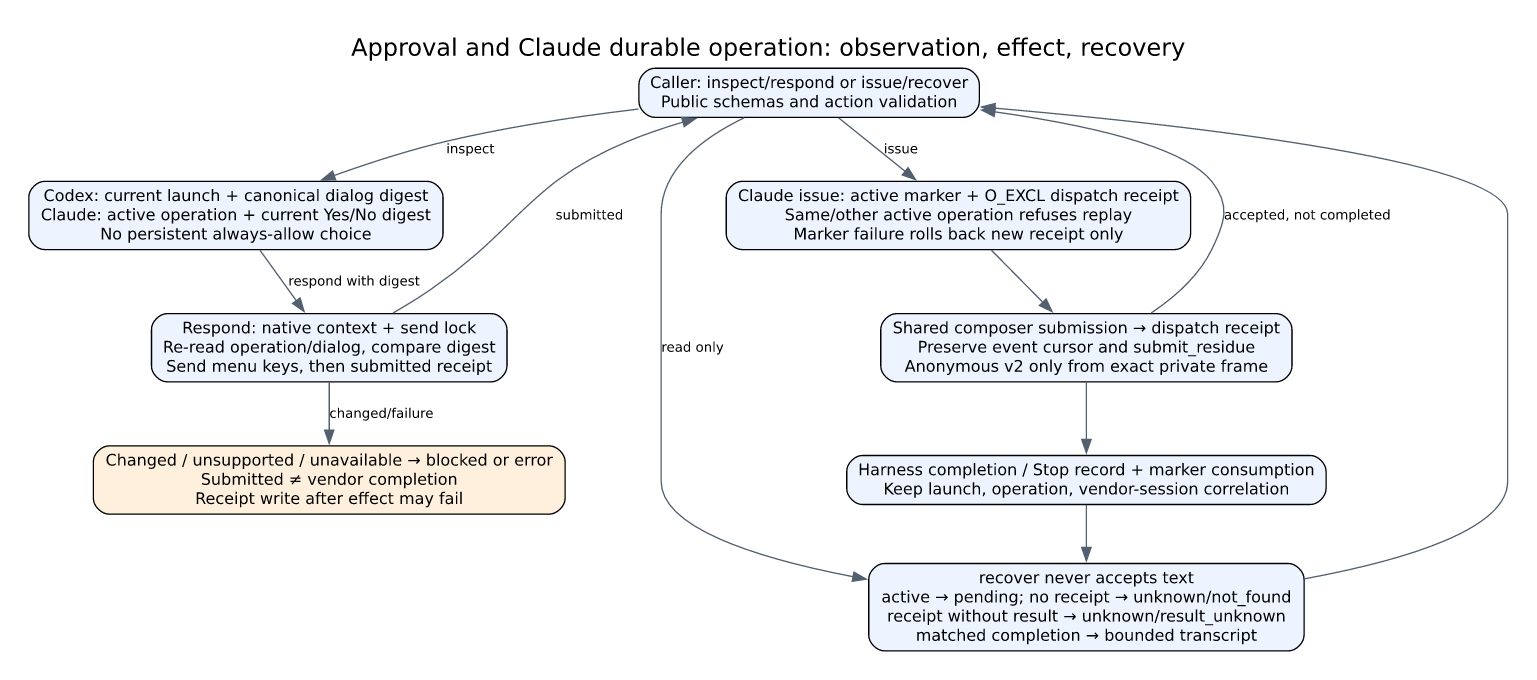
Before: docs/architecture/approval-operation.png, a diagram exported from Graphviz (kitepon/aiterm-mcp). Its source is kept beside it as docs/architecture/approval-operation.dot.
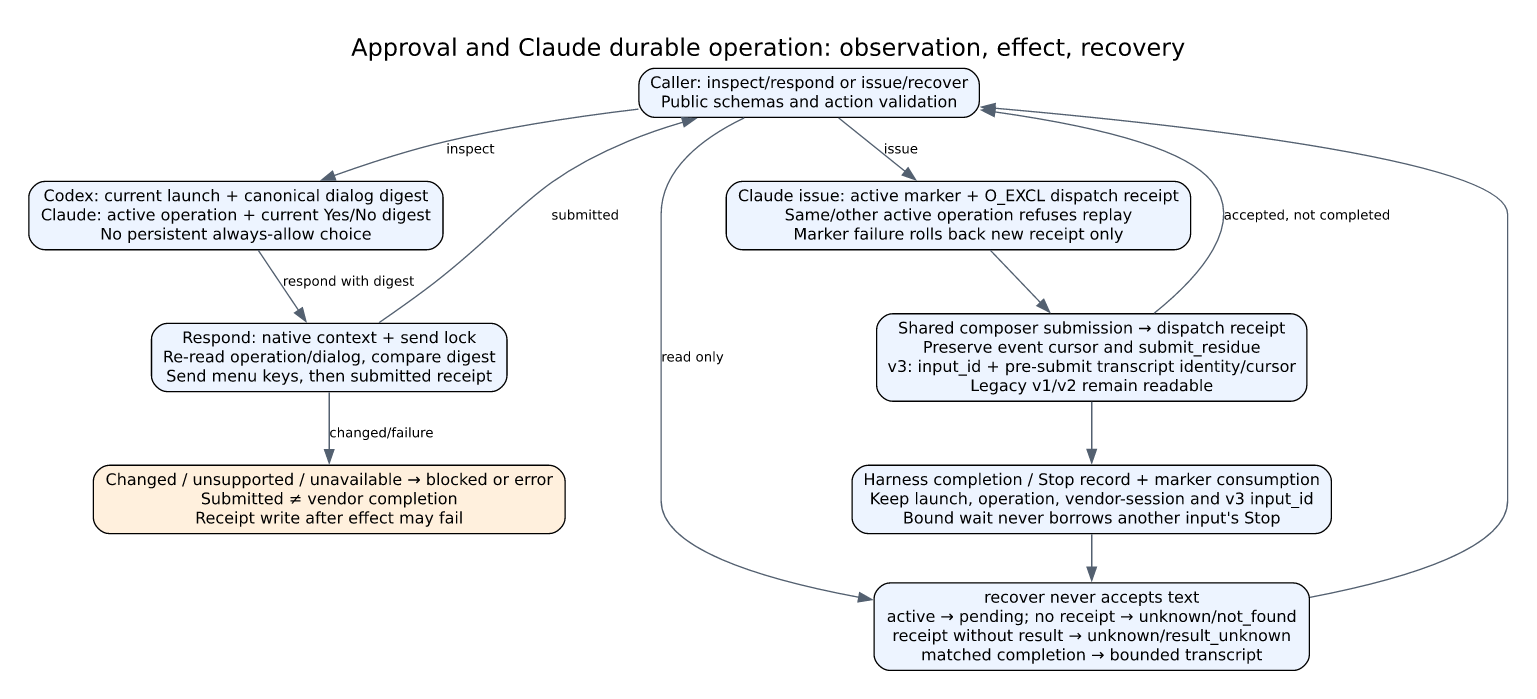
Above is the later version.

What changed in the source:
```diff
@@ -17,9 +17,9 @@
 Marker failure rolls back new receipt only"];
  send [label="Shared composer submission → dispatch receipt
 Preserve event cursor and submit_residue
-Anonymous v2 only from exact private frame"];
+v3: input_id + pre-submit transcript identity/cursor\nLegacy v1/v2 remain readable"];
  hook [label="Harness completion / Stop record + marker consumption
-Keep launch, operation, vendor-session correlation"];
+Keep launch, operation, vendor-session and v3 input_id\nBound wait never borrows another input's Stop"];
  recover [label="recover never accepts text
 active → pending; no receipt → unknown/not_found
 receipt without result → unknown/result_unknown
```
